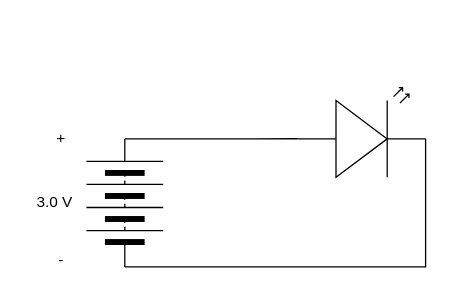
Earlier version of the draw.io diagram schematic_diagram.drawio (TEJ2O-Templates/Unit5-03). Source tidied: cells renumbered, new cells numbered last; positions are measured from the earlier drawing's top-left corner, leaving out a move shared by most shapes. Both pictures are drawn from the tidied source at 128%, with x=0, y=0 at pixel (22, 87).
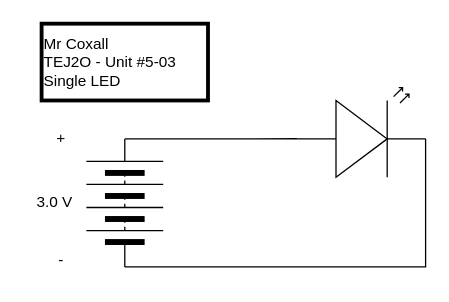
After the change.

Change to the diagram source:
```diff
@@
 <mxGraphModel>
   <root>
     <mxCell id="0" />
     <mxCell id="1" parent="0" />
     <mxCell id="2" style="edgeStyle=none;html=1;exitX=1;exitY=0.5;exitDx=0;exitDy=0;entryX=0;entryY=0.57;entryDx=0;entryDy=0;entryPerimeter=0;endArrow=none;endFill=0;rounded=0;" parent="1" edge="1" source="3" target="5">
       <mxGeometry relative="1" as="geometry" />
     </mxCell>
     <mxCell id="3" style="verticalLabelPosition=bottom;shadow=0;dashed=0;align=center;html=1;verticalAlign=top;shape=mxgraph.electrical.miscellaneous.batteryStack;rotation=-90;" parent="1" vertex="1">
       <mxGeometry x="30" y="60" width="100" height="60" as="geometry" />
     </mxCell>
     <mxCell id="4" style="edgeStyle=none;rounded=0;html=1;exitX=1;exitY=0.57;exitDx=0;exitDy=0;exitPerimeter=0;endArrow=none;endFill=0;entryX=0;entryY=0.5;entryDx=0;entryDy=0;" parent="1" edge="1" source="5" target="3">
       <mxGeometry relative="1" as="geometry">
         <Array as="points">
           <mxPoint x="315" y="140" />
         </Array>
       </mxGeometry>
     </mxCell>
     <mxCell id="5" style="verticalLabelPosition=bottom;shadow=0;dashed=0;align=center;html=1;verticalAlign=top;shape=mxgraph.electrical.opto_electronics.led_2;" parent="1" vertex="1">
       <mxGeometry x="215" width="100" height="70" as="geometry" />
     </mxCell>
     <mxCell id="6" value="+" style="text;html=1;align=center;verticalAlign=middle;strokeColor=none;fillColor=none;" parent="1" vertex="1">
       <mxGeometry x="15" y="25" width="30" height="30" as="geometry" />
     </mxCell>
     <mxCell id="7" value="-" style="text;html=1;align=center;verticalAlign=middle;strokeColor=none;fillColor=none;" parent="1" vertex="1">
       <mxGeometry x="15" y="120" width="30" height="30" as="geometry" />
     </mxCell>
     <mxCell id="8" value="3.0 V" style="text;html=1;align=center;verticalAlign=middle;strokeColor=none;fillColor=none;" parent="1" vertex="1">
       <mxGeometry y="75" width="50" height="30" as="geometry" />
     </mxCell>
+    <mxCell id="9" value="&lt;div&gt;Mr Coxall&lt;/div&gt;&lt;div&gt;TEJ2O - Unit #5-03&lt;/div&gt;&lt;div&gt;Single LED&lt;/div&gt;" style="text;html=1;align=left;verticalAlign=middle;strokeColor=#000000;fillColor=none;strokeWidth=3;" parent="1" vertex="1">
+      <mxGeometry x="15" y="-50" width="130" height="60" as="geometry" />
+    </mxCell>
   </root>
 </mxGraphModel>
```
